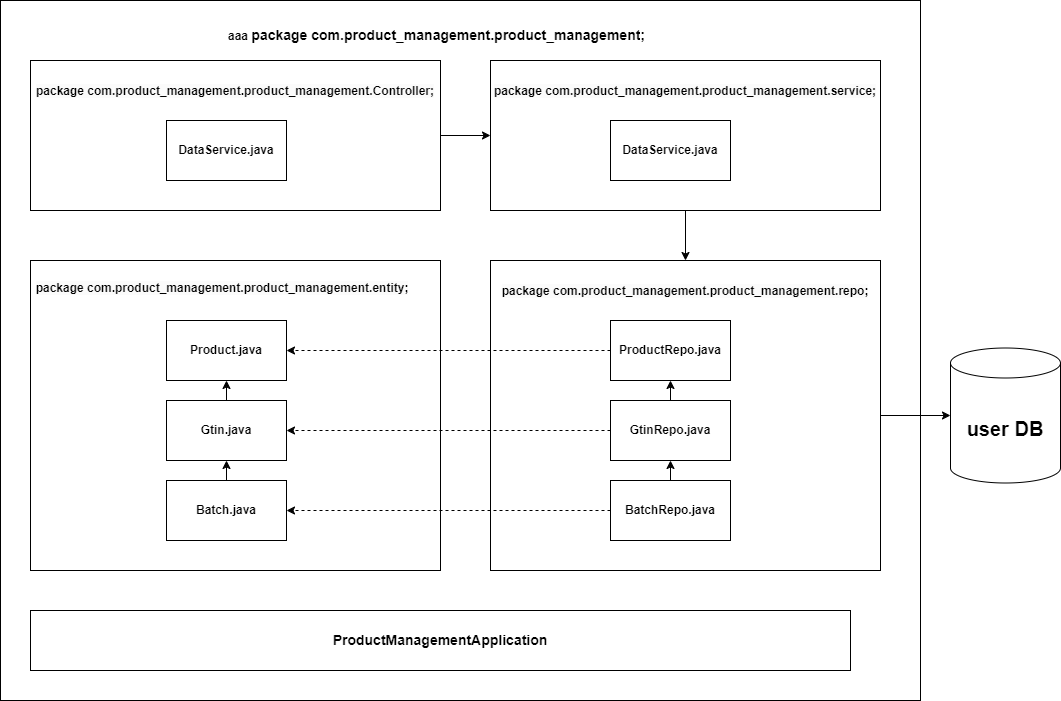
Before: code_block.png, a diagram exported from draw.io (pushkar666/PRODUCT-MANAGEMENT). Source tidied: cells renumbered, new cells last; positions are measured from the earlier drawing's top-left corner, leaving out a move shared by most shapes. Source of this version:
```xml
<mxGraphModel>
  <root>
    <mxCell id="0" />
    <mxCell id="1" parent="0" />
    <mxCell id="2" style="rounded=0;whiteSpace=wrap;html=1;fontStyle=1;" parent="1" vertex="1">
      <mxGeometry width="920" height="700" as="geometry" />
    </mxCell>
    <mxCell id="3" style="rounded=0;whiteSpace=wrap;html=1;fontStyle=1;" parent="1" vertex="1">
      <mxGeometry x="30" y="260" width="410" height="310" as="geometry" />
    </mxCell>
    <mxCell id="4" value="&#10;&lt;span style=&quot;color: rgb(0, 0, 0); font-family: Helvetica; font-size: 12px; font-style: normal; font-variant-ligatures: normal; font-variant-caps: normal; letter-spacing: normal; orphans: 2; text-align: center; text-indent: 0px; text-transform: none; widows: 2; word-spacing: 0px; -webkit-text-stroke-width: 0px; white-space: nowrap; background-color: rgb(251, 251, 251); text-decoration-thickness: initial; text-decoration-style: initial; text-decoration-color: initial; float: none; display: inline !important;&quot;&gt;package com.product_management.product_management.entity;&lt;/span&gt;&#10;&#10;" style="text;html=1;align=center;verticalAlign=middle;whiteSpace=wrap;rounded=0;fontStyle=1;" parent="1" vertex="1">
      <mxGeometry x="46.5" y="280" width="350" height="30" as="geometry" />
    </mxCell>
    <mxCell id="5" style="edgeStyle=orthogonalEdgeStyle;rounded=0;jettySize=auto;html=1;exitX=0.5;exitY=0;exitDx=0;exitDy=0;entryX=0.5;entryY=1;entryDx=0;entryDy=0;fontStyle=1;" parent="1" edge="1" source="6" target="8">
      <mxGeometry relative="1" as="geometry" />
    </mxCell>
    <mxCell id="6" value="Batch.java" style="rounded=0;whiteSpace=wrap;html=1;fontStyle=1;" parent="1" vertex="1">
      <mxGeometry x="166" y="480" width="120" height="60" as="geometry" />
    </mxCell>
    <mxCell id="7" style="edgeStyle=orthogonalEdgeStyle;rounded=0;jettySize=auto;html=1;exitX=0.5;exitY=0;exitDx=0;exitDy=0;entryX=0.5;entryY=1;entryDx=0;entryDy=0;fontStyle=1;" parent="1" edge="1" source="8" target="9">
      <mxGeometry relative="1" as="geometry" />
    </mxCell>
    <mxCell id="8" value="Gtin.java" style="rounded=0;whiteSpace=wrap;html=1;fontStyle=1;" parent="1" vertex="1">
      <mxGeometry x="166" y="400" width="120" height="60" as="geometry" />
    </mxCell>
    <mxCell id="9" value="Product.java" style="rounded=0;whiteSpace=wrap;html=1;fontStyle=1;" parent="1" vertex="1">
      <mxGeometry x="166" y="320" width="120" height="60" as="geometry" />
    </mxCell>
    <mxCell id="10" style="rounded=0;whiteSpace=wrap;html=1;fontStyle=1;" parent="1" vertex="1">
      <mxGeometry x="490" y="260" width="390" height="310" as="geometry" />
    </mxCell>
    <mxCell id="11" value="&lt;br&gt;&lt;span style=&quot;color: rgb(0, 0, 0); font-family: Helvetica; font-size: 12px; font-style: normal; font-variant-ligatures: normal; font-variant-caps: normal; letter-spacing: normal; orphans: 2; text-align: center; text-indent: 0px; text-transform: none; widows: 2; word-spacing: 0px; -webkit-text-stroke-width: 0px; white-space: nowrap; background-color: rgb(251, 251, 251); text-decoration-thickness: initial; text-decoration-style: initial; text-decoration-color: initial; float: none; display: inline !important;&quot;&gt;package com.product_management.product_management.repo;&lt;/span&gt;" style="text;html=1;align=center;verticalAlign=bottom;whiteSpace=wrap;rounded=0;fontStyle=1;" parent="1" vertex="1">
      <mxGeometry x="510" y="270" width="350" height="30" as="geometry" />
    </mxCell>
    <mxCell id="12" style="edgeStyle=orthogonalEdgeStyle;rounded=0;jettySize=auto;html=1;exitX=0.5;exitY=0;exitDx=0;exitDy=0;entryX=0.5;entryY=1;entryDx=0;entryDy=0;fontStyle=1;" parent="1" edge="1" source="14" target="17">
      <mxGeometry relative="1" as="geometry" />
    </mxCell>
    <mxCell id="13" style="edgeStyle=orthogonalEdgeStyle;rounded=0;jettySize=auto;html=1;exitX=0;exitY=0.5;exitDx=0;exitDy=0;entryX=1;entryY=0.5;entryDx=0;entryDy=0;dashed=1;fontStyle=1;" parent="1" edge="1" source="14" target="6">
      <mxGeometry relative="1" as="geometry" />
    </mxCell>
    <mxCell id="14" value="BatchRepo.java" style="rounded=0;whiteSpace=wrap;html=1;fontStyle=1;" parent="1" vertex="1">
      <mxGeometry x="610" y="480" width="120" height="60" as="geometry" />
    </mxCell>
    <mxCell id="15" style="edgeStyle=orthogonalEdgeStyle;rounded=0;jettySize=auto;html=1;exitX=0.5;exitY=0;exitDx=0;exitDy=0;entryX=0.5;entryY=1;entryDx=0;entryDy=0;fontStyle=1;" parent="1" edge="1" source="17" target="19">
      <mxGeometry relative="1" as="geometry" />
    </mxCell>
    <mxCell id="16" style="edgeStyle=orthogonalEdgeStyle;rounded=0;jettySize=auto;html=1;exitX=0;exitY=0.5;exitDx=0;exitDy=0;dashed=1;fontStyle=1;" parent="1" edge="1" source="17" target="8">
      <mxGeometry relative="1" as="geometry" />
    </mxCell>
    <mxCell id="17" value="GtinRepo.java" style="rounded=0;whiteSpace=wrap;html=1;fontStyle=1;" parent="1" vertex="1">
      <mxGeometry x="610" y="400" width="120" height="60" as="geometry" />
    </mxCell>
    <mxCell id="18" style="edgeStyle=orthogonalEdgeStyle;rounded=0;jettySize=auto;html=1;exitX=0;exitY=0.5;exitDx=0;exitDy=0;entryX=1;entryY=0.5;entryDx=0;entryDy=0;dashed=1;fontStyle=1;" parent="1" edge="1" source="19" target="9">
      <mxGeometry relative="1" as="geometry" />
    </mxCell>
    <mxCell id="19" value="ProductRepo.java" style="rounded=0;whiteSpace=wrap;html=1;fontStyle=1;" parent="1" vertex="1">
      <mxGeometry x="610" y="320" width="120" height="60" as="geometry" />
    </mxCell>
    <mxCell id="20" style="edgeStyle=orthogonalEdgeStyle;rounded=0;jettySize=auto;html=1;exitX=0.5;exitY=1;exitDx=0;exitDy=0;entryX=0.5;entryY=0;entryDx=0;entryDy=0;fontStyle=1;" parent="1" edge="1" source="21" target="10">
      <mxGeometry relative="1" as="geometry" />
    </mxCell>
    <mxCell id="21" style="rounded=0;whiteSpace=wrap;html=1;fontStyle=1;" parent="1" vertex="1">
      <mxGeometry x="490" y="60" width="390" height="150" as="geometry" />
    </mxCell>
    <mxCell id="22" value="&lt;br&gt;&lt;span style=&quot;color: rgb(0, 0, 0); font-family: Helvetica; font-size: 12px; font-style: normal; font-variant-ligatures: normal; font-variant-caps: normal; letter-spacing: normal; orphans: 2; text-align: center; text-indent: 0px; text-transform: none; widows: 2; word-spacing: 0px; -webkit-text-stroke-width: 0px; white-space: nowrap; background-color: rgb(251, 251, 251); text-decoration-thickness: initial; text-decoration-style: initial; text-decoration-color: initial; float: none; display: inline !important;&quot;&gt;package com.product_management.product_management.service;&lt;/span&gt;" style="text;html=1;align=center;verticalAlign=bottom;whiteSpace=wrap;rounded=0;fontStyle=1;" parent="1" vertex="1">
      <mxGeometry x="510" y="70" width="350" height="30" as="geometry" />
    </mxCell>
    <mxCell id="23" value="DataService.java" style="rounded=0;whiteSpace=wrap;html=1;fontStyle=1;" parent="1" vertex="1">
      <mxGeometry x="610" y="120" width="120" height="60" as="geometry" />
    </mxCell>
    <mxCell id="24" style="edgeStyle=orthogonalEdgeStyle;rounded=0;jettySize=auto;html=1;exitX=1;exitY=0.5;exitDx=0;exitDy=0;entryX=0;entryY=0.5;entryDx=0;entryDy=0;fontStyle=1;" parent="1" edge="1" source="25" target="21">
      <mxGeometry relative="1" as="geometry" />
    </mxCell>
    <mxCell id="25" style="rounded=0;whiteSpace=wrap;html=1;fontStyle=1;" parent="1" vertex="1">
      <mxGeometry x="30" y="60" width="410" height="150" as="geometry" />
    </mxCell>
    <mxCell id="26" value="&lt;br&gt;&lt;span style=&quot;color: rgb(0, 0, 0); font-family: Helvetica; font-size: 12px; font-style: normal; font-variant-ligatures: normal; font-variant-caps: normal; letter-spacing: normal; orphans: 2; text-align: center; text-indent: 0px; text-transform: none; widows: 2; word-spacing: 0px; -webkit-text-stroke-width: 0px; white-space: nowrap; background-color: rgb(251, 251, 251); text-decoration-thickness: initial; text-decoration-style: initial; text-decoration-color: initial; float: none; display: inline !important;&quot;&gt;package com.product_management.product_management.Controller;&lt;/span&gt;" style="text;html=1;align=center;verticalAlign=bottom;whiteSpace=wrap;rounded=0;fontStyle=1;" parent="1" vertex="1">
      <mxGeometry x="47.2" y="70" width="375.5" height="30" as="geometry" />
    </mxCell>
    <mxCell id="27" value="DataService.java" style="rounded=0;whiteSpace=wrap;html=1;fontStyle=1;" parent="1" vertex="1">
      <mxGeometry x="166" y="120" width="120" height="60" as="geometry" />
    </mxCell>
    <mxCell id="28" value="aaa&amp;nbsp;&lt;font face=&quot;Helvetica&quot;&gt;&lt;span style=&quot;font-size: 14px; white-space: pre;&quot;&gt;package&lt;/span&gt;&lt;span style=&quot;font-size: 14px; white-space: pre;&quot;&gt; &lt;/span&gt;&lt;span style=&quot;font-size: 14px; white-space: pre;&quot;&gt;com.product_management.product_management&lt;/span&gt;&lt;span style=&quot;font-size: 14px; white-space: pre; background-color: rgb(255, 255, 255);&quot;&gt;;&lt;/span&gt;&lt;/font&gt;" style="text;html=1;align=center;verticalAlign=middle;whiteSpace=wrap;rounded=0;fontStyle=1;" parent="1" vertex="1">
      <mxGeometry x="205" y="20" width="463" height="30" as="geometry" />
    </mxCell>
    <mxCell id="29" value="&lt;font face=&quot;Helvetica&quot;&gt;&lt;span style=&quot;font-size: 14px; white-space: pre;&quot;&gt;ProductManagementApplication&lt;/span&gt;&lt;/font&gt;" style="rounded=0;whiteSpace=wrap;html=1;fontStyle=1;" parent="1" vertex="1">
      <mxGeometry x="30" y="610" width="820" height="60" as="geometry" />
    </mxCell>
    <mxCell id="30" value="&lt;font style=&quot;font-size: 20px;&quot;&gt;&lt;span&gt;user DB&lt;/span&gt;&lt;/font&gt;" style="shape=cylinder3;whiteSpace=wrap;html=1;boundedLbl=1;backgroundOutline=1;size=15;fontStyle=1;" parent="1" vertex="1">
      <mxGeometry x="950" y="347.5" width="110" height="135" as="geometry" />
    </mxCell>
    <mxCell id="31" style="edgeStyle=orthogonalEdgeStyle;rounded=0;jettySize=auto;html=1;exitX=1;exitY=0.5;exitDx=0;exitDy=0;entryX=0;entryY=0.5;entryDx=0;entryDy=0;entryPerimeter=0;" parent="1" edge="1" source="10" target="30">
      <mxGeometry relative="1" as="geometry" />
    </mxCell>
  </root>
</mxGraphModel>
```
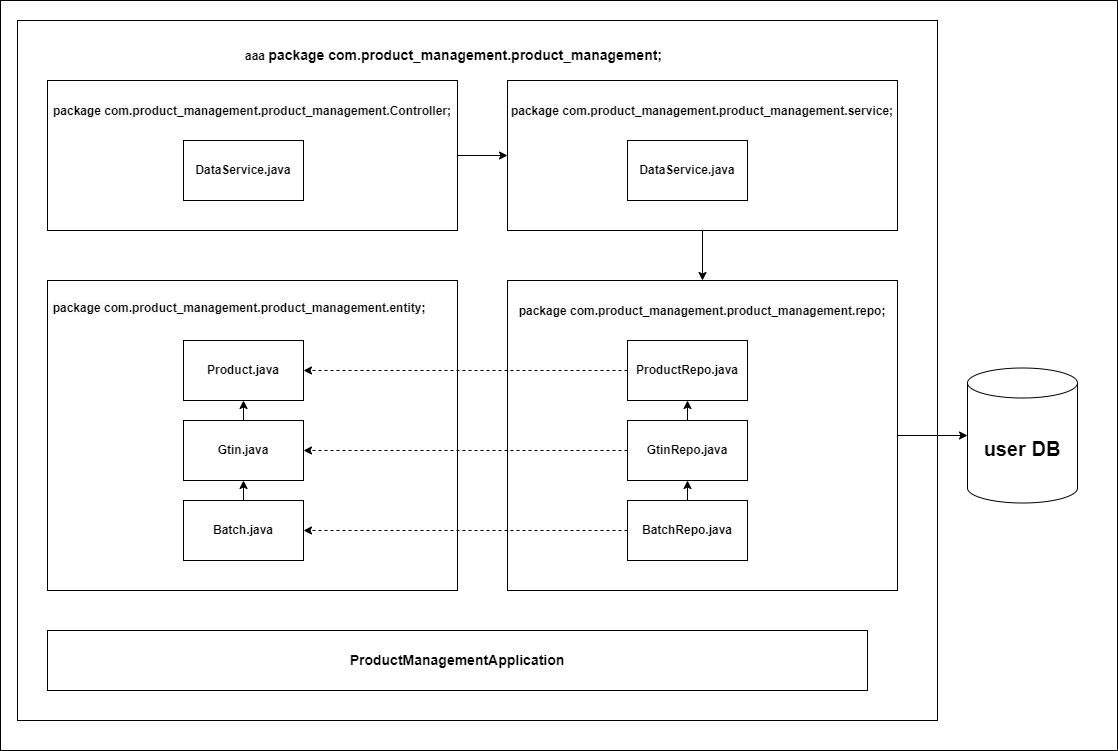
The same file after the commit.

What changed in the source:
```diff
@@ -2,6 +2,9 @@
   <root>
     <mxCell id="0" />
     <mxCell id="1" parent="0" />
+    <mxCell id="32" style="rounded=0;whiteSpace=wrap;html=1;" parent="1" vertex="1">
+      <mxGeometry x="-17" y="-20" width="1117" height="750" as="geometry" />
+    </mxCell>
     <mxCell id="2" style="rounded=0;whiteSpace=wrap;html=1;fontStyle=1;" parent="1" vertex="1">
       <mxGeometry width="920" height="700" as="geometry" />
     </mxCell>
```
